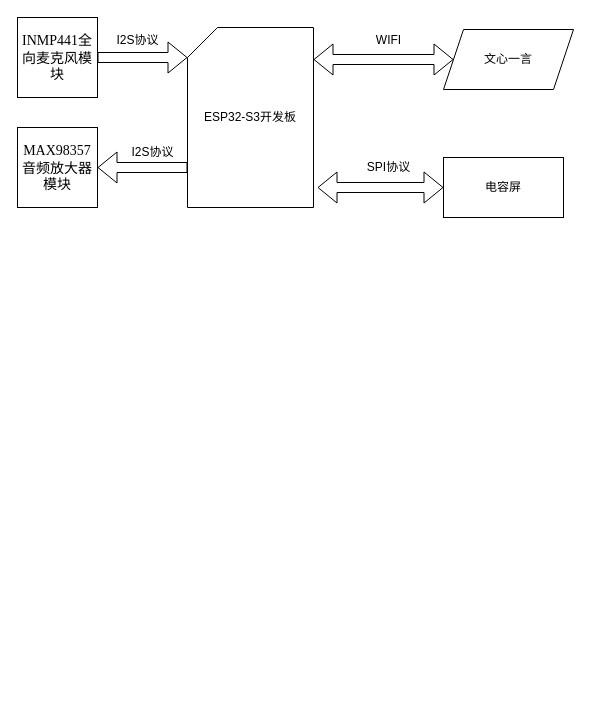
Before: 流程图/毕设.drawio in mlhua/hua, a draw.io diagram. Source tidied: cells renumbered, new cells numbered last; positions are measured from the earlier drawing's top-left corner, leaving out a move shared by most shapes. Both pictures are drawn from the tidied source at 100%, with x=0, y=0 at pixel (17, 17).
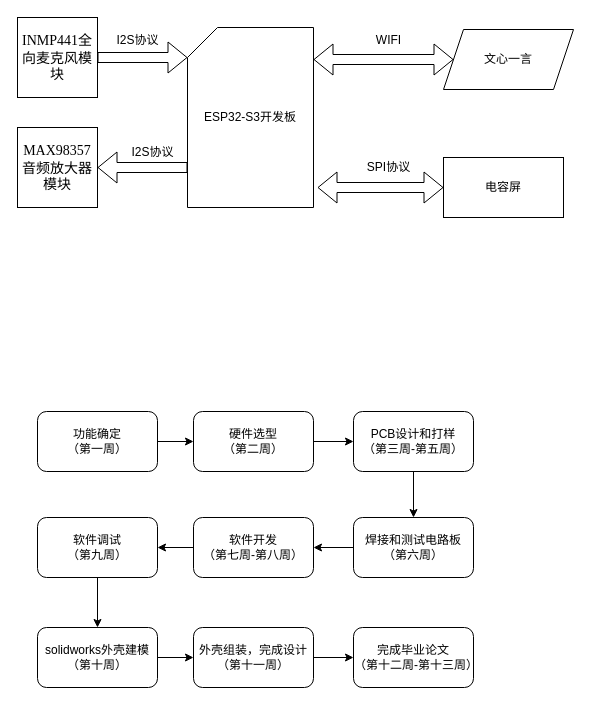
The same diagram, later.

Change to the diagram source:
```diff
@@
+    <mxCell id="15" style="edgeStyle=orthogonalEdgeStyle;rounded=0;jettySize=auto;html=1;" parent="1" edge="1" source="16" target="18">
+      <mxGeometry relative="1" as="geometry" />
+    </mxCell>
+    <mxCell id="16" value="功能确定&lt;div&gt;（第一周）&lt;/div&gt;" style="rounded=1;whiteSpace=wrap;html=1;" parent="1" vertex="1">
+      <mxGeometry x="20" y="394" width="120" height="60" as="geometry" />
+    </mxCell>
+    <mxCell id="17" style="edgeStyle=orthogonalEdgeStyle;rounded=0;jettySize=auto;html=1;" parent="1" edge="1" source="18" target="20">
+      <mxGeometry relative="1" as="geometry" />
+    </mxCell>
+    <mxCell id="18" value="硬件选型&lt;div&gt;（第二周）&lt;/div&gt;" style="rounded=1;whiteSpace=wrap;html=1;" parent="1" vertex="1">
+      <mxGeometry x="176" y="394" width="120" height="60" as="geometry" />
+    </mxCell>
+    <mxCell id="19" style="edgeStyle=orthogonalEdgeStyle;rounded=0;jettySize=auto;html=1;" parent="1" edge="1" source="20" target="22">
+      <mxGeometry relative="1" as="geometry" />
+    </mxCell>
+    <mxCell id="20" value="PCB设计和打样&lt;div&gt;（第三周-第五周）&lt;/div&gt;" style="rounded=1;whiteSpace=wrap;html=1;" parent="1" vertex="1">
+      <mxGeometry x="336" y="394" width="120" height="60" as="geometry" />
+    </mxCell>
+    <mxCell id="21" style="edgeStyle=orthogonalEdgeStyle;rounded=0;jettySize=auto;html=1;" parent="1" edge="1" source="22" target="24">
+      <mxGeometry relative="1" as="geometry" />
+    </mxCell>
+    <mxCell id="22" value="焊接和测试电路板&lt;div&gt;（第六周）&lt;/div&gt;" style="rounded=1;whiteSpace=wrap;html=1;" parent="1" vertex="1">
+      <mxGeometry x="336" y="500" width="120" height="60" as="geometry" />
+    </mxCell>
+    <mxCell id="23" style="edgeStyle=orthogonalEdgeStyle;rounded=0;jettySize=auto;html=1;" parent="1" edge="1" source="24" target="26">
+      <mxGeometry relative="1" as="geometry" />
+    </mxCell>
+    <mxCell id="24" value="软件开发&lt;div&gt;（第七周-第八周）&lt;/div&gt;" style="rounded=1;whiteSpace=wrap;html=1;" parent="1" vertex="1">
+      <mxGeometry x="176" y="500" width="120" height="60" as="geometry" />
+    </mxCell>
+    <mxCell id="25" style="edgeStyle=orthogonalEdgeStyle;rounded=0;jettySize=auto;html=1;" parent="1" edge="1" source="26" target="28">
+      <mxGeometry relative="1" as="geometry" />
+    </mxCell>
+    <mxCell id="26" value="软件调试&lt;div&gt;（第九周）&lt;/div&gt;" style="rounded=1;whiteSpace=wrap;html=1;" parent="1" vertex="1">
+      <mxGeometry x="20" y="500" width="120" height="60" as="geometry" />
+    </mxCell>
+    <mxCell id="27" style="edgeStyle=orthogonalEdgeStyle;rounded=0;jettySize=auto;html=1;" parent="1" edge="1" source="28" target="30">
+      <mxGeometry relative="1" as="geometry" />
+    </mxCell>
+    <mxCell id="28" value="solidworks外壳建模&lt;div&gt;（第十周）&lt;/div&gt;" style="rounded=1;whiteSpace=wrap;html=1;" parent="1" vertex="1">
+      <mxGeometry x="20" y="610" width="120" height="60" as="geometry" />
+    </mxCell>
+    <mxCell id="29" style="edgeStyle=orthogonalEdgeStyle;rounded=0;jettySize=auto;html=1;" parent="1" edge="1" source="30" target="31">
+      <mxGeometry relative="1" as="geometry" />
+    </mxCell>
+    <mxCell id="30" value="外壳组装，完成设计&lt;div&gt;（第十一周）&lt;/div&gt;" style="rounded=1;whiteSpace=wrap;html=1;" parent="1" vertex="1">
+      <mxGeometry x="176" y="610" width="120" height="60" as="geometry" />
+    </mxCell>
+    <mxCell id="31" value="完成毕业论文&lt;br&gt;&lt;div&gt;（第十二周-第十三周）&lt;/div&gt;" style="rounded=1;whiteSpace=wrap;html=1;" parent="1" vertex="1">
+      <mxGeometry x="336" y="610" width="120" height="60" as="geometry" />
+    </mxCell>
```
